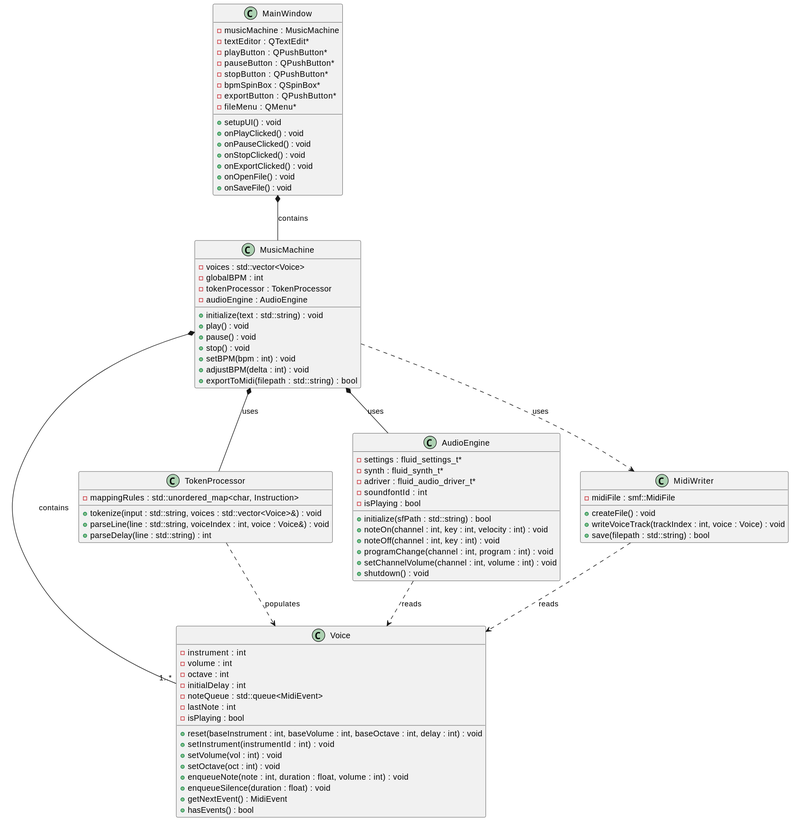
Above: docs/reports/src/images/UML.svg in Davi-FSantos/INF-01120_26-1 (PlantUML), before the change.
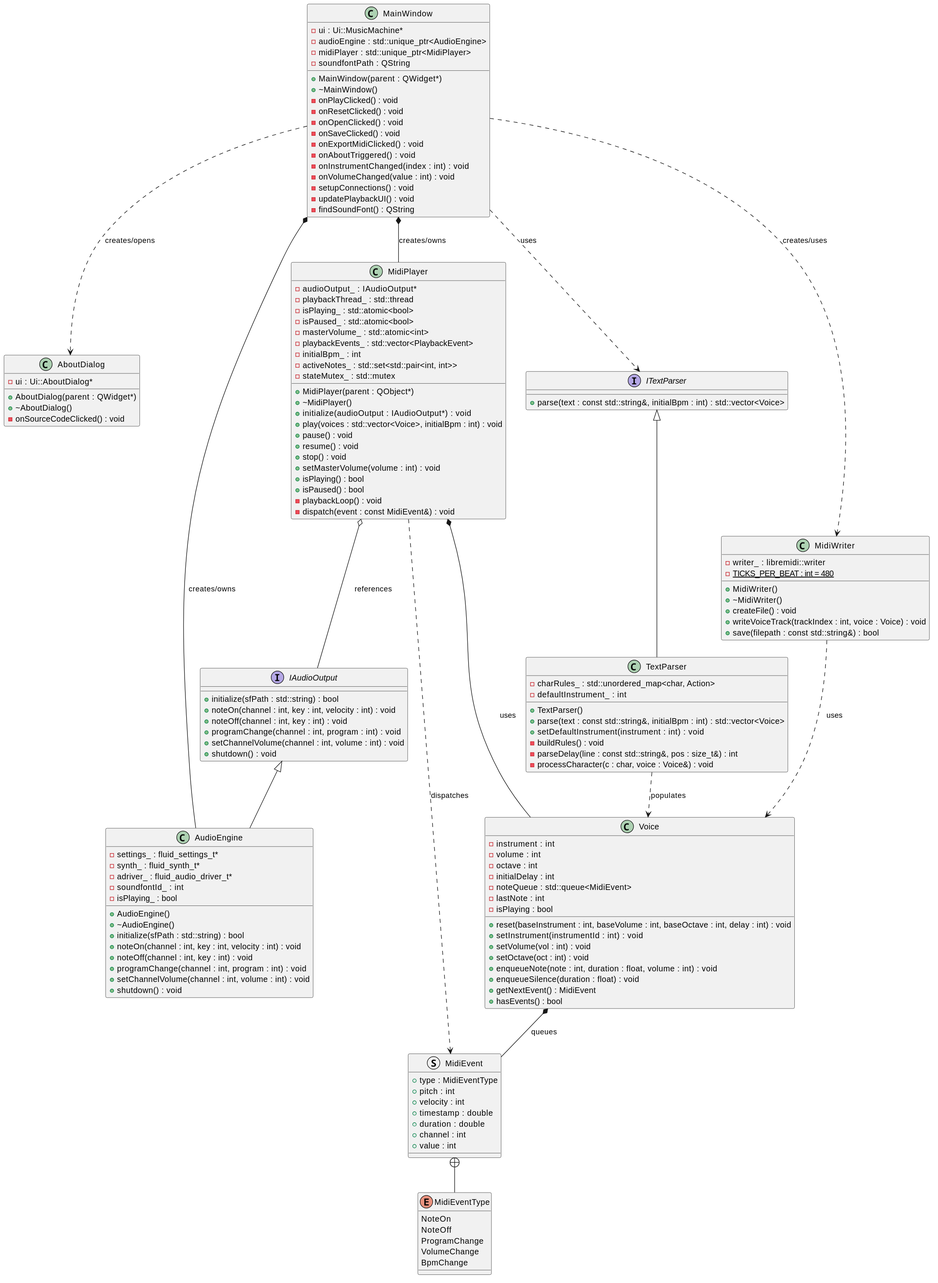
Above is the later version.

Commit message:
docs(uml): update UML class diagrams for MidiWriter integration

- Updated PlantUML and Mermaid schemas to include MidiWriter class, MainWindow::onExportMidiClicked slot, and their associations.
- Regenerated UML.svg vector diagram from PlantUML.

Change to the diagram source:
```diff
@@ -1,34 +1,78 @@
 @startuml
 class MainWindow {
-    - musicMachine : MusicMachine
-    - textEditor : QTextEdit*
-    - playButton : QPushButton*
-    - pauseButton : QPushButton*
-    - stopButton : QPushButton*
-    - bpmSpinBox : QSpinBox*
-    - exportButton : QPushButton*
-    - fileMenu : QMenu*
-    + setupUI() : void
-    + onPlayClicked() : void
-    + onPauseClicked() : void
-    + onStopClicked() : void
-    + onExportClicked() : void
-    + onOpenFile() : void
-    + onSaveFile() : void
+    - ui : Ui::MusicMachine*
+    - audioEngine : std::unique_ptr<AudioEngine>
+    - midiPlayer : std::unique_ptr<MidiPlayer>
+    - soundfontPath : QString
+    + MainWindow(parent : QWidget*)
+    + ~MainWindow()
+    - onPlayClicked() : void
+    - onResetClicked() : void
+    - onOpenClicked() : void
+    - onSaveClicked() : void
+    - onExportMidiClicked() : void
+    - onAboutTriggered() : void
+    - onInstrumentChanged(index : int) : void
+    - onVolumeChanged(value : int) : void
+    - setupConnections() : void
+    - updatePlaybackUI() : void
+    - findSoundFont() : QString
 }
 
-class MusicMachine {
-    - voices : std::vector<Voice>
-    - globalBPM : int
-    - tokenProcessor : TokenProcessor
-    - audioEngine : AudioEngine
-    + initialize(text : std::string) : void
-    + play() : void
+class AboutDialog {
+    - ui : Ui::AboutDialog*
+    + AboutDialog(parent : QWidget*)
+    + ~AboutDialog()
+    - onSourceCodeClicked() : void
+}
+
+interface IAudioOutput {
+    + initialize(sfPath : std::string) : bool
+    + noteOn(channel : int, key : int, velocity : int) : void
+    + noteOff(channel : int, key : int) : void
+    + programChange(channel : int, program : int) : void
+    + setChannelVolume(channel : int, volume : int) : void
+    + shutdown() : void
+}
+
+class AudioEngine {
+    - settings_ : fluid_settings_t*
+    - synth_ : fluid_synth_t*
+    - adriver_ : fluid_audio_driver_t*
+    - soundfontId_ : int
+    - isPlaying_ : bool
+    + AudioEngine()
+    + ~AudioEngine()
+    + initialize(sfPath : std::string) : bool
+    + noteOn(channel : int, key : int, velocity : int) : void
+    + noteOff(channel : int, key : int) : void
+    + programChange(channel : int, program : int) : void
+    + setChannelVolume(channel : int, volume : int) : void
+    + shutdown() : void
+}
+
+class MidiPlayer {
+    - audioOutput_ : IAudioOutput*
+    - playbackThread_ : std::thread
+    - isPlaying_ : std::atomic<bool>
+    - isPaused_ : std::atomic<bool>
+    - masterVolume_ : std::atomic<int>
+    - playbackEvents_ : std::vector<PlaybackEvent>
+    - initialBpm_ : int
+    - activeNotes_ : std::set<std::pair<int, int>>
+    - stateMutex_ : std::mutex
+    + MidiPlayer(parent : QObject*)
+    + ~MidiPlayer()
+    + initialize(audioOutput : IAudioOutput*) : void
+    + play(voices : std::vector<Voice>, initialBpm : int) : void
     + pause() : void
+    + resume() : void
     + stop() : void
-    + setBPM(bpm : int) : void
-    + adjustBPM(delta : int) : void
-    + exportToMidi(filepath : std::string) : bool
+    + setMasterVolume(volume : int) : void
+    + isPlaying() : bool
+    + isPaused() : bool
+    - playbackLoop() : void
+    - dispatch(event : const MidiEvent&) : void
 }
 
 class Voice {
@@ -49,40 +93,64 @@
     + hasEvents() : bool
 }
 
-class TokenProcessor {
-    - mappingRules : std::unordered_map<char, Instruction>
-    + tokenize(input : std::string, voices : std::vector<Voice>&) : void
-    + parseLine(line : std::string, voiceIndex : int, voice : Voice&) : void
-    + parseDelay(line : std::string) : int
+interface ITextParser {
+    + parse(text : const std::string&, initialBpm : int) : std::vector<Voice>
 }
 
-class AudioEngine {
-    - settings : fluid_settings_t*
-    - synth : fluid_synth_t*
-    - adriver : fluid_audio_driver_t*
-    - soundfontId : int
-    - isPlaying : bool
-    + initialize(sfPath : std::string) : bool
-    + noteOn(channel : int, key : int, velocity : int) : void
-    + noteOff(channel : int, key : int) : void
-    + programChange(channel : int, program : int) : void
-    + setChannelVolume(channel : int, volume : int) : void
-    + shutdown() : void
+class TextParser {
+    - charRules_ : std::unordered_map<char, Action>
+    - defaultInstrument_ : int
+    + TextParser()
+    + parse(text : const std::string&, initialBpm : int) : std::vector<Voice>
+    + setDefaultInstrument(instrument : int) : void
+    - buildRules() : void
+    - parseDelay(line : const std::string&, pos : size_t&) : int
+    - processCharacter(c : char, voice : Voice&) : void
 }
 
 class MidiWriter {
-    - midiFile : smf::MidiFile
+    - writer_ : libremidi::writer
+    - {static} TICKS_PER_BEAT : int = 480
+    + MidiWriter()
+    + ~MidiWriter()
     + createFile() : void
     + writeVoiceTrack(trackIndex : int, voice : Voice) : void
-    + save(filepath : std::string) : bool
+    + save(filepath : const std::string&) : bool
 }
 
-MainWindow *-- MusicMachine : contains
-MusicMachine *-- "1..*" Voice : contains
-MusicMachine *-- TokenProcessor : uses
-MusicMachine *-- AudioEngine : uses
-MusicMachine ..> MidiWriter : uses
-TokenProcessor ..> Voice : populates
-AudioEngine ..> Voice : reads
-MidiWriter ..> Voice : reads
+struct MidiEvent {
+    + type : MidiEventType
+    + pitch : int
+    + velocity : int
+    + timestamp : double
+    + duration : double
+    + channel : int
+    + value : int
+}
+
+enum MidiEventType {
+    NoteOn
+    NoteOff
+    ProgramChange
+    VolumeChange
+    BpmChange
+}
+
+IAudioOutput <|-- AudioEngine
+ITextParser <|-- TextParser
+
+MainWindow *-- AudioEngine : creates/owns
+MainWindow *-- MidiPlayer : creates/owns
+MainWindow ..> AboutDialog : creates/opens
+MainWindow ..> ITextParser : uses
+MainWindow ..> MidiWriter : creates/uses
+
+MidiPlayer o-- IAudioOutput : references
+MidiPlayer *-- Voice : uses
+MidiPlayer ..> MidiEvent : dispatches
+
+TextParser ..> Voice : populates
+Voice *-- MidiEvent : queues
+MidiWriter ..> Voice : uses
+MidiEvent +-- MidiEventType
 @enduml
```
